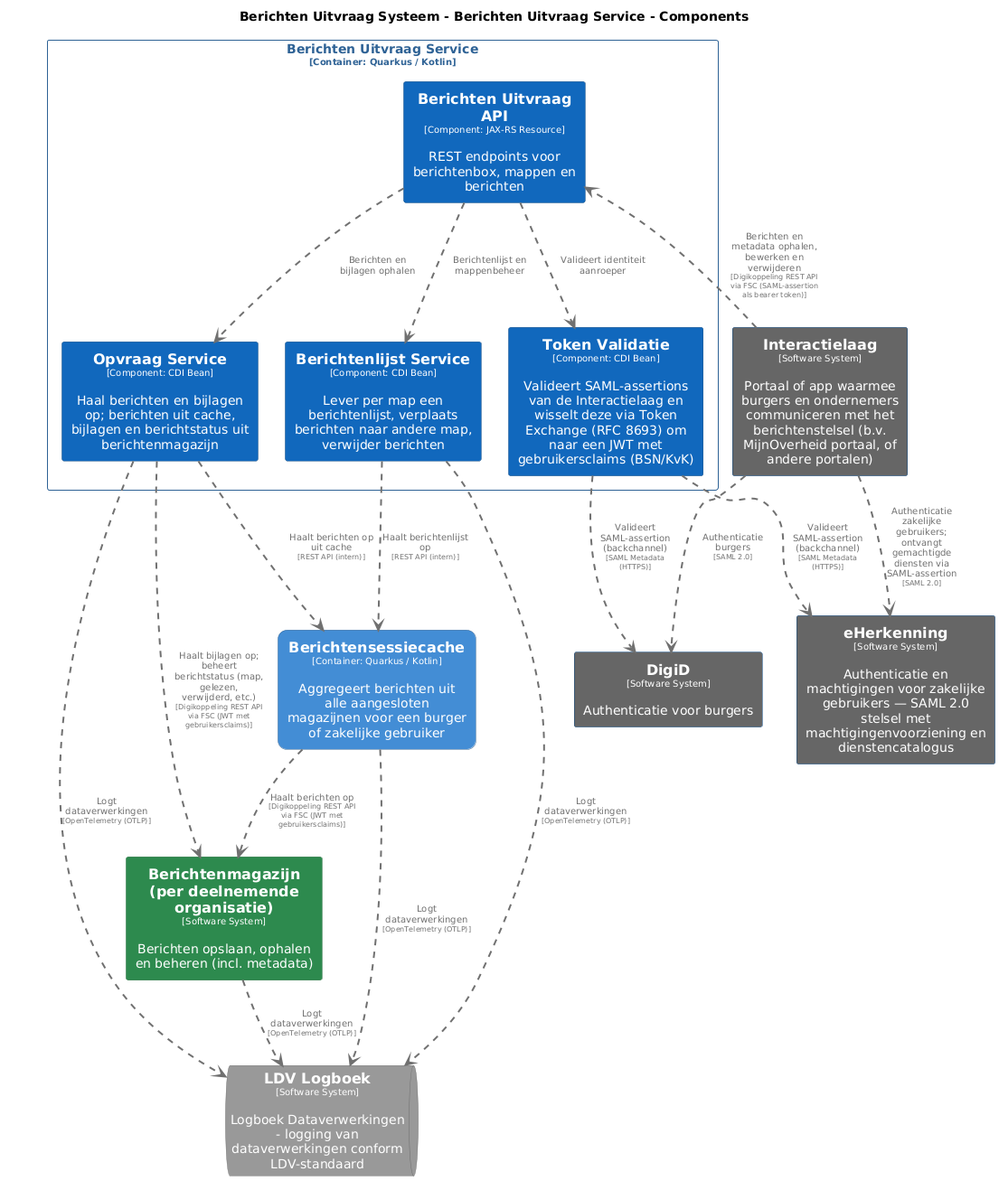
Earlier version of the PlantUML export pr-preview/pr-22/master/png/BerichtenUitvraagServiceComponenten.png (MinBZK/moza-poc-fbs-berichtenbox).
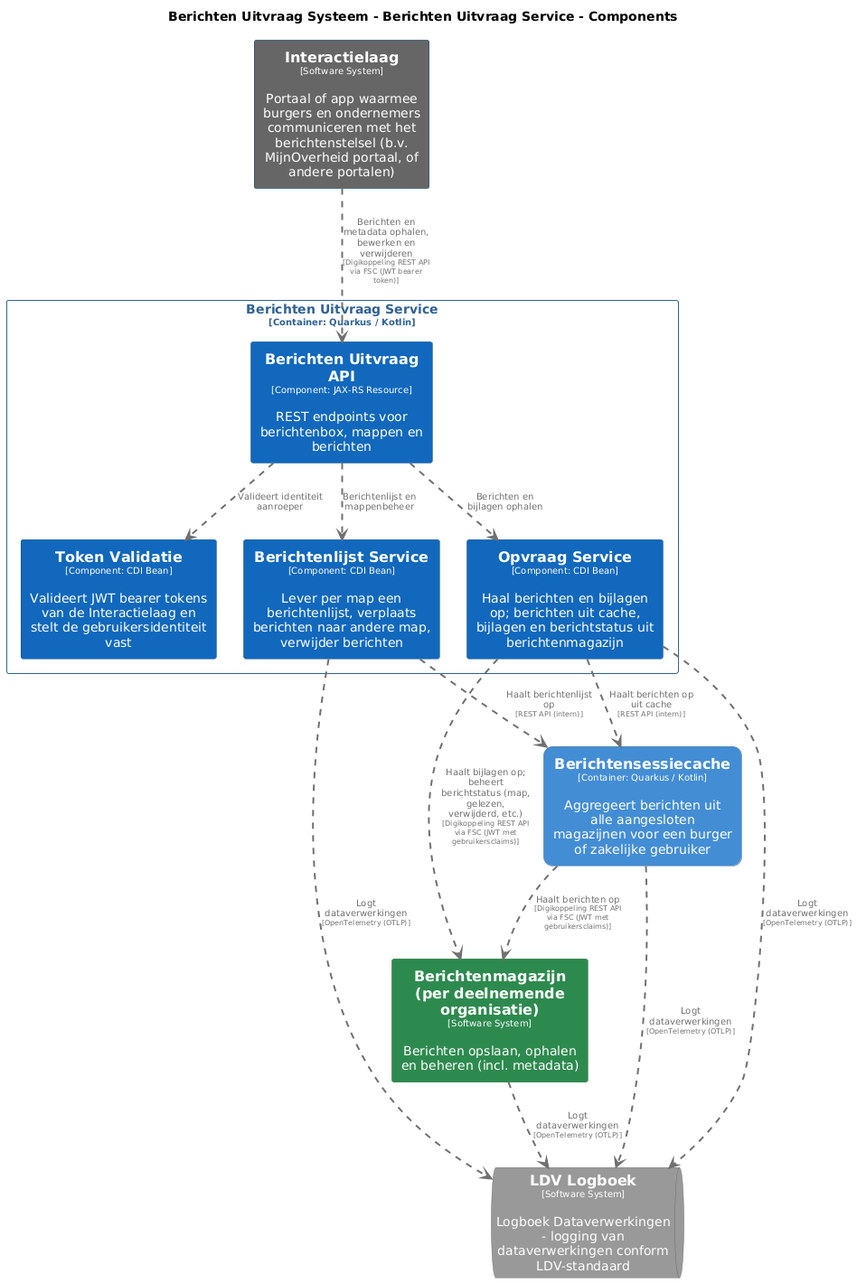
After the commit.

What changed in the source:
```diff
@@ -40,12 +40,6 @@
   roundCorner 20
   shadowing false
 }
-skinparam rectangle<<DigiD>> {
-  BackgroundColor #666666
-  FontColor #ffffff
-  BorderColor #0b4884
-  shadowing false
-}
 skinparam rectangle<<Interactielaag>> {
   BackgroundColor #666666
   FontColor #ffffff
@@ -70,12 +64,6 @@
   BorderColor #0b4884
   shadowing false
 }
-skinparam rectangle<<eHerkenning>> {
-  BackgroundColor #666666
-  FontColor #ffffff
-  BorderColor #0b4884
-  shadowing false
-}
 skinparam rectangle<<BerichtenUitvraagSysteem.BerichtenUitvraagService>> {
   BorderColor #2e6295
   FontColor #2e6295
@@ -83,20 +71,17 @@
 }
 
 rectangle "==Interactielaag\n<size:10>[Software System]</size>\n\nPortaal of app waarmee burgers en ondernemers communiceren met het berichtenstelsel (b.v. MijnOverheid portaal, of andere portalen)" <<Interactielaag>> as Interactielaag
-rectangle "==eHerkenning\n<size:10>[Software System]</size>\n\nAuthenticatie en machtigingen voor zakelijke gebruikers — SAML 2.0 stelsel met machtigingenvoorziening en dienstencatalogus" <<eHerkenning>> as eHerkenning
-rectangle "==DigiD\n<size:10>[Software System]</size>\n\nAuthenticatie voor burgers" <<DigiD>> as DigiD
 rectangle "==Berichtenmagazijn (per deelnemende organisatie)\n<size:10>[Software System]</size>\n\nBerichten opslaan, ophalen en beheren (incl. metadata)" <<Berichtenmagazijnperdeelnemendeorganisatie>> as Berichtenmagazijnperdeelnemendeorganisatie
 rectangle "==Berichtensessiecache\n<size:10>[Container: Quarkus / Kotlin]</size>\n\nAggregeert berichten uit alle aangesloten magazijnen voor een burger of zakelijke gebruiker" <<BerichtenUitvraagSysteem.Berichtensessiecache>> as BerichtenUitvraagSysteem.Berichtensessiecache
 queue "==LDV Logboek\n<size:10>[Software System]</size>\n\nLogboek Dataverwerkingen - logging van dataverwerkingen conform LDV-standaard" <<LDVLogboek>> as LDVLogboek
 
 rectangle "Berichten Uitvraag Service\n<size:10>[Container: Quarkus / Kotlin]</size>" <<BerichtenUitvraagSysteem.BerichtenUitvraagService>> {
   rectangle "==Berichten Uitvraag API\n<size:10>[Component: JAX-RS Resource]</size>\n\nREST endpoints voor berichtenbox, mappen en berichten" <<BerichtenUitvraagSysteem.BerichtenUitvraagService.BerichtenUitvraagAPI>> as BerichtenUitvraagSysteem.BerichtenUitvraagService.BerichtenUitvraagAPI
-  rectangle "==Token Validatie\n<size:10>[Component: CDI Bean]</size>\n\nValideert SAML-assertions van de Interactielaag en wisselt deze via Token Exchange (RFC 8693) om naar een JWT met gebruikersclaims (BSN/KvK)" <<BerichtenUitvraagSysteem.BerichtenUitvraagService.TokenValidatie>> as BerichtenUitvraagSysteem.BerichtenUitvraagService.TokenValidatie
+  rectangle "==Token Validatie\n<size:10>[Component: CDI Bean]</size>\n\nValideert JWT bearer tokens van de Interactielaag en stelt de gebruikersidentiteit vast" <<BerichtenUitvraagSysteem.BerichtenUitvraagService.TokenValidatie>> as BerichtenUitvraagSysteem.BerichtenUitvraagService.TokenValidatie
   rectangle "==Berichtenlijst Service\n<size:10>[Component: CDI Bean]</size>\n\nLever per map een berichtenlijst, verplaats berichten naar andere map, verwijder berichten" <<BerichtenUitvraagSysteem.BerichtenUitvraagService.BerichtenlijstService>> as BerichtenUitvraagSysteem.BerichtenUitvraagService.BerichtenlijstService
   rectangle "==Opvraag Service\n<size:10>[Component: CDI Bean]</size>\n\nHaal berichten en bijlagen op; berichten uit cache, bijlagen en berichtstatus uit berichtenmagazijn" <<BerichtenUitvraagSysteem.BerichtenUitvraagService.OpvraagService>> as BerichtenUitvraagSysteem.BerichtenUitvraagService.OpvraagService
 }
 
-BerichtenUitvraagSysteem.Berichtensessiecache .[#707070,thickness=2].> Berichtenmagazijnperdeelnemendeorganisatie : "<color:#707070>Haalt berichten op\n<color:#707070><size:8>[Digikoppeling REST API via FSC (JWT met gebruikersclaims)]</size>"
 Berichtenmagazijnperdeelnemendeorganisatie .[#707070,thickness=2].> LDVLogboek : "<color:#707070>Logt dataverwerkingen\n<color:#707070><size:8>[OpenTelemetry (OTLP)]</size>"
 BerichtenUitvraagSysteem.Berichtensessiecache .[#707070,thickness=2].> LDVLogboek : "<color:#707070>Logt dataverwerkingen\n<color:#707070><size:8>[OpenTelemetry (OTLP)]</size>"
 BerichtenUitvraagSysteem.BerichtenUitvraagService.BerichtenlijstService .[#707070,thickness=2].> LDVLogboek : "<color:#707070>Logt dataverwerkingen\n<color:#707070><size:8>[OpenTelemetry (OTLP)]</size>"
@@ -106,10 +91,7 @@
 BerichtenUitvraagSysteem.BerichtenUitvraagService.BerichtenUitvraagAPI .[#707070,thickness=2].> BerichtenUitvraagSysteem.BerichtenUitvraagService.OpvraagService : "<color:#707070>Berichten en bijlagen ophalen"
 BerichtenUitvraagSysteem.BerichtenUitvraagService.OpvraagService .[#707070,thickness=2].> BerichtenUitvraagSysteem.Berichtensessiecache : "<color:#707070>Haalt berichten op uit cache\n<color:#707070><size:8>[REST API (intern)]</size>"
 BerichtenUitvraagSysteem.BerichtenUitvraagService.BerichtenlijstService .[#707070,thickness=2].> BerichtenUitvraagSysteem.Berichtensessiecache : "<color:#707070>Haalt berichtenlijst op\n<color:#707070><size:8>[REST API (intern)]</size>"
-Interactielaag .[#707070,thickness=2].> BerichtenUitvraagSysteem.BerichtenUitvraagService.BerichtenUitvraagAPI : "<color:#707070>Berichten en metadata ophalen, bewerken en verwijderen\n<color:#707070><size:8>[Digikoppeling REST API via FSC (SAML-assertion als bearer token)]</size>"
-Interactielaag .[#707070,thickness=2].> DigiD : "<color:#707070>Authenticatie burgers\n<color:#707070><size:8>[SAML 2.0]</size>"
-Interactielaag .[#707070,thickness=2].> eHerkenning : "<color:#707070>Authenticatie zakelijke gebruikers; ontvangt gemachtigde diensten via SAML-assertion\n<color:#707070><size:8>[SAML 2.0]</size>"
-BerichtenUitvraagSysteem.BerichtenUitvraagService.TokenValidatie .[#707070,thickness=2].> eHerkenning : "<color:#707070>Valideert SAML-assertion (backchannel)\n<color:#707070><size:8>[SAML Metadata (HTTPS)]</size>"
-BerichtenUitvraagSysteem.BerichtenUitvraagService.TokenValidatie .[#707070,thickness=2].> DigiD : "<color:#707070>Valideert SAML-assertion (backchannel)\n<color:#707070><size:8>[SAML Metadata (HTTPS)]</size>"
+Interactielaag .[#707070,thickness=2].> BerichtenUitvraagSysteem.BerichtenUitvraagService.BerichtenUitvraagAPI : "<color:#707070>Berichten en metadata ophalen, bewerken en verwijderen\n<color:#707070><size:8>[Digikoppeling REST API via FSC (JWT bearer token)]</size>"
 BerichtenUitvraagSysteem.BerichtenUitvraagService.OpvraagService .[#707070,thickness=2].> Berichtenmagazijnperdeelnemendeorganisatie : "<color:#707070>Haalt bijlagen op; beheert berichtstatus (map, gelezen, verwijderd, etc.)\n<color:#707070><size:8>[Digikoppeling REST API via FSC (JWT met gebruikersclaims)]</size>"
+BerichtenUitvraagSysteem.Berichtensessiecache .[#707070,thickness=2].> Berichtenmagazijnperdeelnemendeorganisatie : "<color:#707070>Haalt berichten op\n<color:#707070><size:8>[Digikoppeling REST API via FSC (JWT met gebruikersclaims)]</size>"
 @enduml
```
